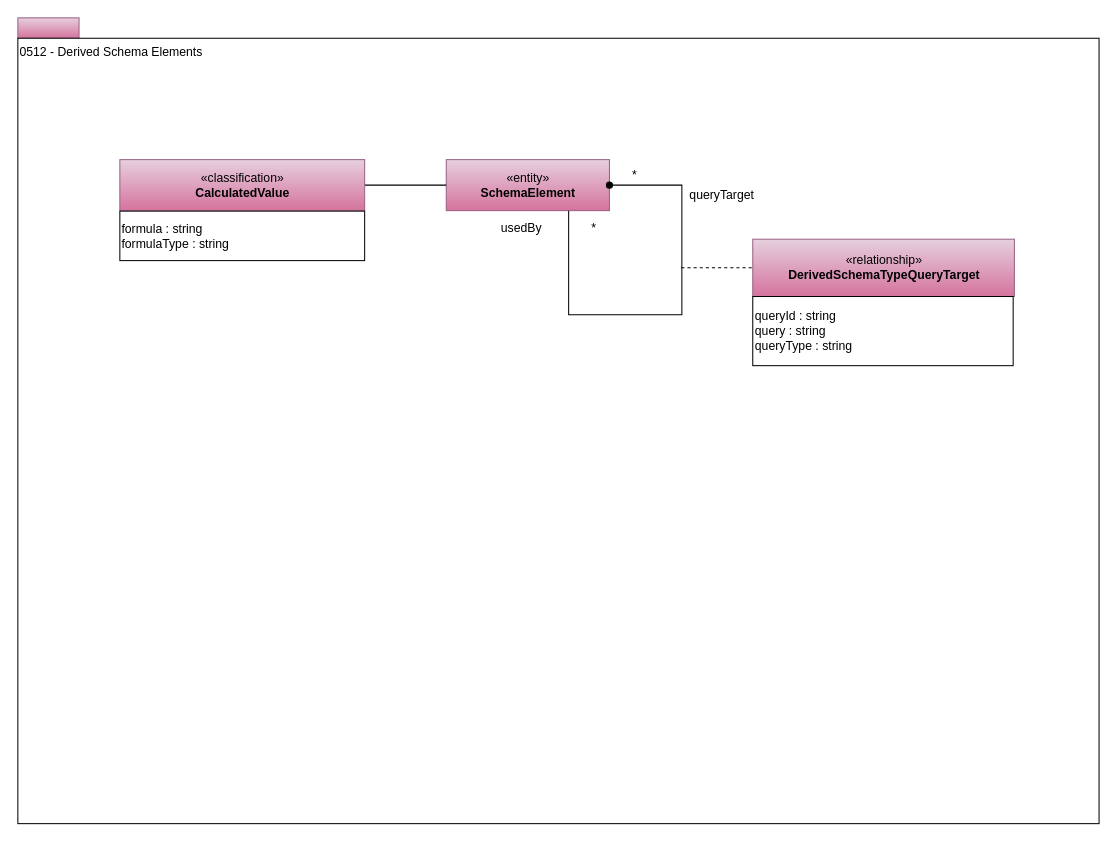
The draw.io diagram page "0512-Derived-Schema-Elements" (8 of 36) of site/docs/types/5/area-5-models-and-schema.drawio in odpi/egeria-docs, before the edit. Source tidied: cells renumbered, new cells numbered last; positions are measured from the earlier drawing's top-left corner, leaving out a move shared by most shapes. Both pictures are drawn from the tidied source at 102%, with x=0, y=0 at pixel (17, 17).
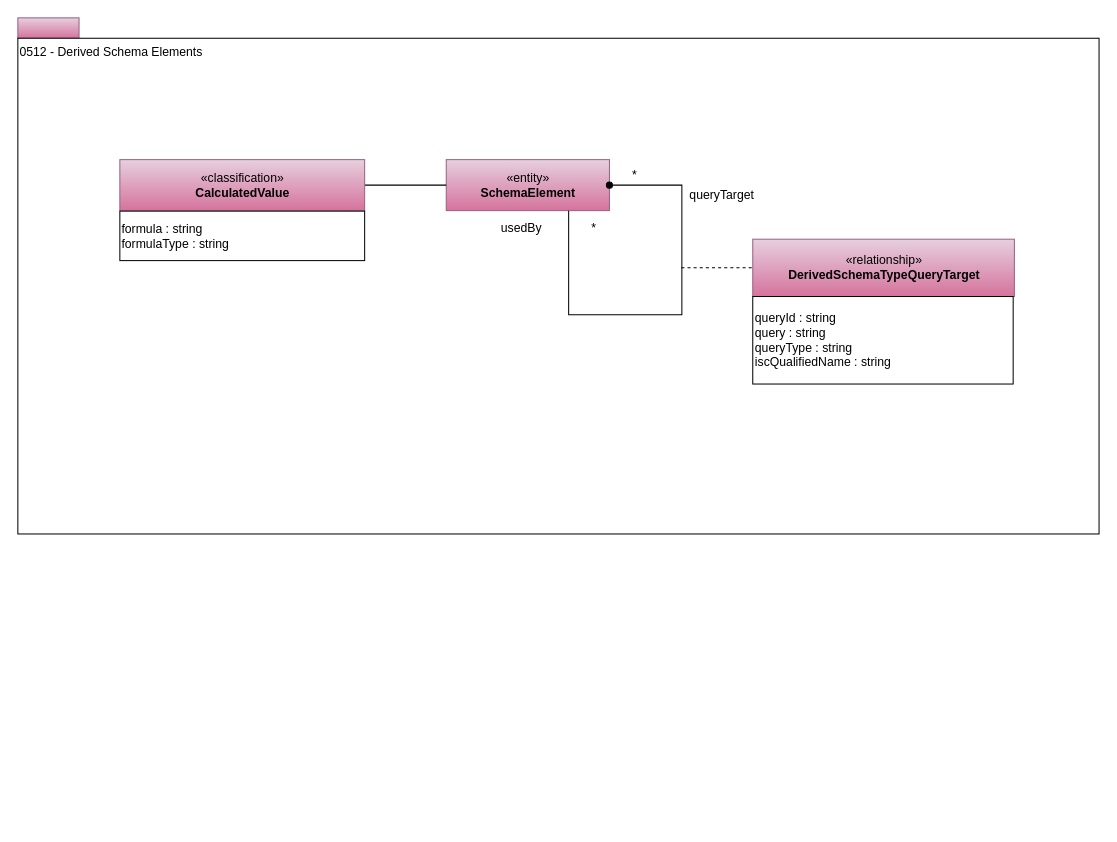
The same diagram, later.

Change to the diagram source:
```diff
@@
 <mxGraphModel>
   <root>
     <mxCell id="0" />
     <mxCell id="1" parent="0" />
     <mxCell id="2" style="rounded=0;whiteSpace=wrap;html=1;align=left;fillColor=#e6d0de;strokeColor=#996185;gradientColor=#d5739d;" parent="1" vertex="1">
       <mxGeometry width="60" height="20" as="geometry" />
     </mxCell>
     <mxCell id="3" value="0512 - Derived Schema Elements" style="rounded=0;whiteSpace=wrap;html=1;align=left;verticalAlign=top;" parent="1" vertex="1">
-      <mxGeometry y="20" width="1060" height="770" as="geometry" />
+      <mxGeometry y="20" width="1060" height="486" as="geometry" />
     </mxCell>
     <mxCell id="4" value="«entity»&lt;br&gt;&lt;b&gt;SchemaElement&lt;/b&gt;" style="html=1;strokeColor=#996185;align=center;fillColor=#e6d0de;gradientColor=#d5739d;" parent="1" vertex="1">
       <mxGeometry x="420" y="139" width="160" height="50" as="geometry" />
     </mxCell>
     <mxCell id="5" value="*" style="text;html=1;strokeColor=none;fillColor=none;align=center;verticalAlign=middle;whiteSpace=wrap;rounded=0;" parent="1" vertex="1">
       <mxGeometry x="584.5" y="144" width="40" height="20" as="geometry" />
     </mxCell>
     <mxCell id="6" value="queryTarget" style="text;html=1;strokeColor=none;fillColor=none;align=center;verticalAlign=middle;whiteSpace=wrap;rounded=0;" parent="1" vertex="1">
       <mxGeometry x="629" y="164" width="123" height="20" as="geometry" />
     </mxCell>
     <mxCell id="7" value="*" style="text;html=1;strokeColor=none;fillColor=none;align=center;verticalAlign=middle;whiteSpace=wrap;rounded=0;" parent="1" vertex="1">
       <mxGeometry x="544.5" y="196" width="40" height="20" as="geometry" />
     </mxCell>
     <mxCell id="8" value="usedBy" style="text;html=1;strokeColor=none;fillColor=none;align=center;verticalAlign=middle;whiteSpace=wrap;rounded=0;" parent="1" vertex="1">
       <mxGeometry x="455" y="196" width="78" height="20" as="geometry" />
     </mxCell>
     <mxCell id="9" style="endArrow=none;dashed=1;html=1;entryX=0;entryY=0.5;entryDx=0;entryDy=0;" parent="1" edge="1" target="11">
       <mxGeometry relative="1" as="geometry">
         <mxPoint x="650.5" y="245" as="sourcePoint" />
       </mxGeometry>
     </mxCell>
     <mxCell id="10" style="group;" parent="1" vertex="1">
-      <mxGeometry x="720.5" y="217" width="256.5" height="124" as="geometry" />
+      <mxGeometry x="720.5" y="217" width="256.5" height="142" as="geometry" />
     </mxCell>
     <mxCell id="11" value="«relationship»&lt;br&gt;&lt;b&gt;DerivedSchemaTypeQueryTarget&lt;/b&gt;" style="html=1;strokeColor=#996185;align=center;fillColor=#e6d0de;gradientColor=#d5739d;" parent="10" vertex="1">
       <mxGeometry width="256.5" height="56.2" as="geometry" />
     </mxCell>
-    <mxCell id="12" value="&lt;div style=&quot;text-align: left&quot;&gt;&lt;span&gt;queryId : string&lt;/span&gt;&lt;/div&gt;&lt;div style=&quot;text-align: left&quot;&gt;&lt;span&gt;query : string&lt;/span&gt;&lt;/div&gt;&lt;div style=&quot;text-align: left&quot;&gt;&lt;span&gt;queryType : string&lt;/span&gt;&lt;/div&gt;" style="rounded=0;whiteSpace=wrap;html=1;strokeColor=#000000;gradientColor=#ffffff;align=left;" parent="10" vertex="1">
-      <mxGeometry y="56.2" width="255.3" height="67.8" as="geometry" />
+    <mxCell id="12" value="&lt;div style=&quot;text-align: left&quot;&gt;&lt;span&gt;queryId : string&lt;/span&gt;&lt;/div&gt;&lt;div style=&quot;text-align: left&quot;&gt;&lt;span&gt;query : string&lt;/span&gt;&lt;/div&gt;&lt;div style=&quot;text-align: left&quot;&gt;&lt;span&gt;queryType : string&lt;/span&gt;&lt;/div&gt;&lt;div style=&quot;text-align: left&quot;&gt;&lt;span&gt;iscQualifiedName : string&lt;/span&gt;&lt;/div&gt;" style="rounded=0;whiteSpace=wrap;html=1;strokeColor=#000000;gradientColor=#ffffff;align=left;" parent="10" vertex="1">
+      <mxGeometry y="56.2" width="255.3" height="85.8" as="geometry" />
     </mxCell>
     <mxCell id="13" style="edgeStyle=orthogonalEdgeStyle;rounded=0;jettySize=auto;html=1;exitX=1;exitY=0.5;exitDx=0;exitDy=0;entryX=0;entryY=0.5;entryDx=0;entryDy=0;startSize=6;endArrow=none;endFill=0;endSize=16;" parent="1" edge="1" source="14" target="4">
       <mxGeometry relative="1" as="geometry" />
     </mxCell>
     <mxCell id="14" value="«classification»&lt;br&gt;&lt;b&gt;CalculatedValue&lt;/b&gt;" style="html=1;strokeColor=#996185;align=center;fillColor=#e6d0de;gradientColor=#d5739d;" parent="1" vertex="1">
       <mxGeometry x="100" y="139" width="240" height="50" as="geometry" />
     </mxCell>
     <mxCell id="15" value="&lt;span style=&quot;white-space: normal&quot;&gt;formula : string&lt;br&gt;formulaType : string&lt;br&gt;&lt;/span&gt;" style="rounded=0;whiteSpace=wrap;html=1;strokeColor=#000000;gradientColor=#ffffff;align=left;" parent="1" vertex="1">
       <mxGeometry x="100" y="189.5" width="240" height="48.5" as="geometry" />
     </mxCell>
     <mxCell id="16" style="edgeStyle=orthogonalEdgeStyle;rounded=0;orthogonalLoop=1;jettySize=auto;html=1;exitX=1;exitY=0.5;exitDx=0;exitDy=0;endArrow=none;endFill=0;entryX=0.75;entryY=1;entryDx=0;entryDy=0;startArrow=oval;startFill=1;" parent="1" edge="1" source="4" target="4">
       <mxGeometry relative="1" as="geometry">
         <Array as="points">
           <mxPoint x="651" y="164" />
           <mxPoint x="651" y="291" />
           <mxPoint x="540" y="291" />
         </Array>
       </mxGeometry>
     </mxCell>
   </root>
 </mxGraphModel>
```
